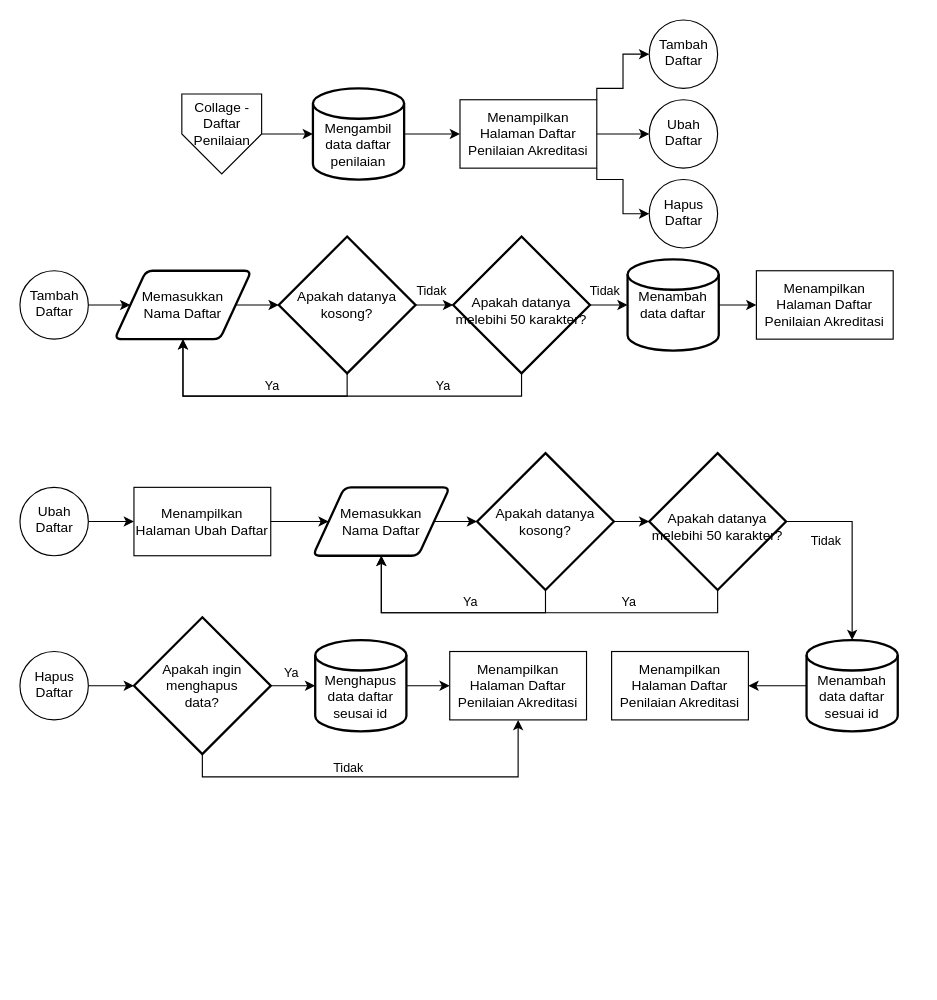
Before: page "Collage - Akreditasi - Daftar Penilaian" (6 of 7) of FilemanagerLPMI.drawio in muhfajarm/laravel-file-manager, a draw.io diagram. Source tidied: cells renumbered, new cells numbered last; positions are measured from the earlier drawing's top-left corner, leaving out a move shared by most shapes. Both pictures are drawn from the tidied source at 114%, with x=0, y=0 at pixel (19, 19).
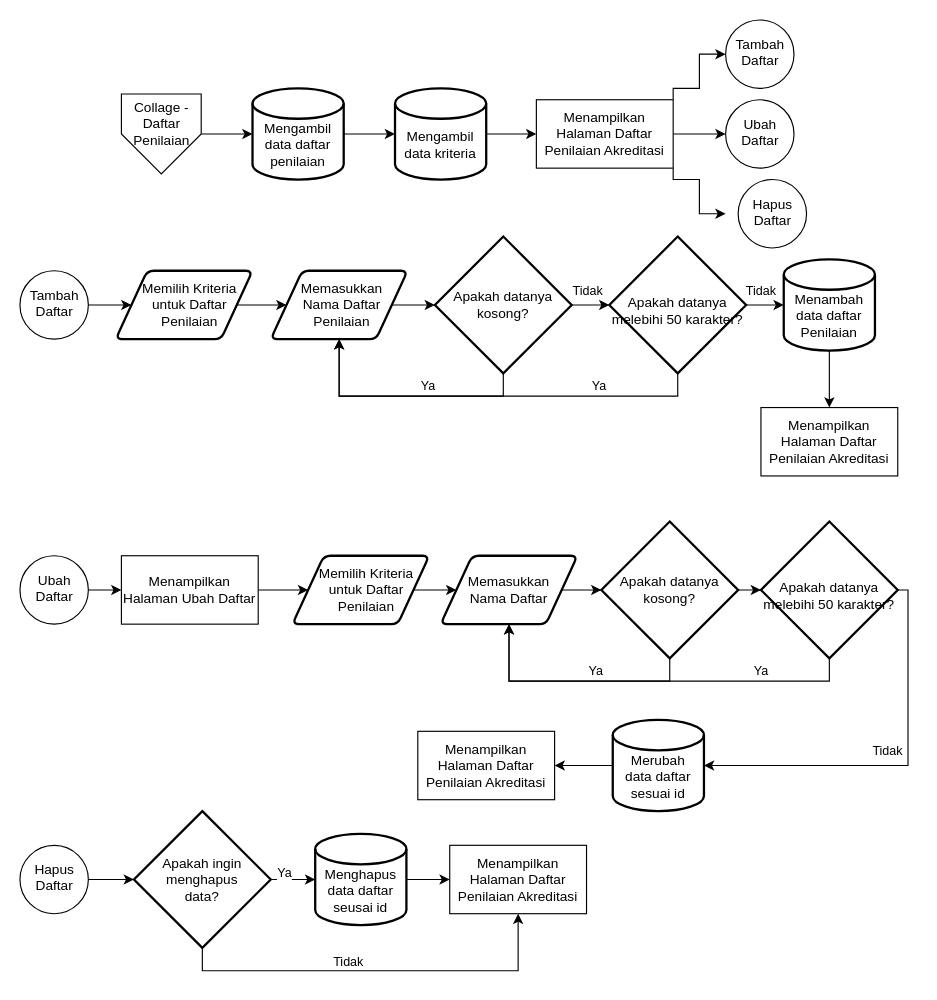
The same page after the edit.

Commit message:
Merubah flow Daftar Penilaian & Menambahkan Collage - Akreditasi - Berkas

Unchanged cells that the change refers to:
```xml
<mxCell id="14" value="&lt;div&gt;Tambah&lt;/div&gt;&lt;div&gt;Daftar&lt;br&gt;&lt;/div&gt;" style="verticalLabelPosition=bottom;verticalAlign=top;html=1;shape=mxgraph.flowchart.on-page_reference;rounded=0;spacing=-50;" parent="1" vertex="1">
  <mxGeometry y="220" width="60" height="60" as="geometry" />
</mxCell>
<mxCell id="45" style="edgeStyle=orthogonalEdgeStyle;rounded=0;jettySize=auto;html=1;exitX=0.5;exitY=1;exitDx=0;exitDy=0;exitPerimeter=0;entryX=0.5;entryY=1;entryDx=0;entryDy=0;" parent="1" edge="1" source="47" target="28">
  <mxGeometry relative="1" as="geometry" />
</mxCell>
<mxCell id="50" style="edgeStyle=orthogonalEdgeStyle;rounded=0;jettySize=auto;html=1;" parent="1" edge="1" source="54" target="56">
  <mxGeometry relative="1" as="geometry" />
</mxCell>
```

Change to the diagram source:
```diff
@@
     <mxCell id="3" style="edgeStyle=orthogonalEdgeStyle;rounded=0;jettySize=auto;html=1;exitX=1;exitY=0;exitDx=0;exitDy=0;entryX=0;entryY=0.5;entryDx=0;entryDy=0;entryPerimeter=0;" parent="1" edge="1" source="6" target="9">
       <mxGeometry relative="1" as="geometry">
         <Array as="points">
-          <mxPoint x="506" y="60" />
-          <mxPoint x="529" y="60" />
-          <mxPoint x="529" y="30" />
+          <mxPoint x="573" y="60" />
+          <mxPoint x="596" y="60" />
+          <mxPoint x="596" y="30" />
         </Array>
       </mxGeometry>
     </mxCell>
@@
-    <mxCell id="5" style="edgeStyle=orthogonalEdgeStyle;rounded=0;jettySize=auto;html=1;exitX=1;exitY=1;exitDx=0;exitDy=0;entryX=0;entryY=0.5;entryDx=0;entryDy=0;entryPerimeter=0;" parent="1" edge="1" source="6" target="12">
+    <mxCell id="5" style="edgeStyle=orthogonalEdgeStyle;rounded=0;jettySize=auto;html=1;exitX=1;exitY=1;exitDx=0;exitDy=0;entryX=0;entryY=0.5;entryDx=0;entryDy=0;entryPerimeter=0;" parent="1" edge="1" source="6">
       <mxGeometry relative="1" as="geometry">
+        <mxPoint x="619" y="170" as="targetPoint" />
         <Array as="points">
-          <mxPoint x="506" y="140" />
-          <mxPoint x="529" y="140" />
-          <mxPoint x="529" y="170" />
+          <mxPoint x="573" y="140" />
+          <mxPoint x="596" y="140" />
+          <mxPoint x="596" y="170" />
         </Array>
       </mxGeometry>
     </mxCell>
     <mxCell id="6" value="Menampilkan Halaman Daftar Penilaian Akreditasi" style="rounded=0;whiteSpace=wrap;html=1;" parent="1" vertex="1">
-      <mxGeometry x="386" y="70" width="120" height="60" as="geometry" />
+      <mxGeometry x="453" y="70" width="120" height="60" as="geometry" />
     </mxCell>
-    <mxCell id="7" style="edgeStyle=orthogonalEdgeStyle;rounded=0;jettySize=auto;html=1;" parent="1" edge="1" source="8" target="6">
+    <mxCell id="7" style="edgeStyle=orthogonalEdgeStyle;rounded=0;jettySize=auto;html=1;entryX=0;entryY=0.5;entryDx=0;entryDy=0;entryPerimeter=0;" parent="1" edge="1" source="8" target="59">
       <mxGeometry relative="1" as="geometry" />
     </mxCell>
     <mxCell id="8" value="&lt;div&gt;Mengambil data daftar&lt;/div&gt;&lt;div&gt;penilaian&lt;br&gt;&lt;/div&gt;" style="strokeWidth=2;html=1;shape=mxgraph.flowchart.database;whiteSpace=wrap;rounded=0;spacingTop=20;" parent="1" vertex="1">
-      <mxGeometry x="257" y="60" width="80" height="80" as="geometry" />
+      <mxGeometry x="204" y="60" width="80" height="80" as="geometry" />
     </mxCell>
     <mxCell id="9" value="&lt;div&gt;Tambah&lt;/div&gt;&lt;div&gt;Daftar&lt;br&gt;&lt;/div&gt;" style="verticalLabelPosition=bottom;verticalAlign=top;html=1;shape=mxgraph.flowchart.on-page_reference;rounded=0;spacing=-50;" parent="1" vertex="1">
-      <mxGeometry x="552" width="60" height="60" as="geometry" />
+      <mxGeometry x="619" width="60" height="60" as="geometry" />
     </mxCell>
     <mxCell id="10" value="&lt;div&gt;Collage -&lt;/div&gt;&lt;div&gt;Daftar&lt;/div&gt;&lt;div&gt;Penilaian&lt;br&gt;&lt;/div&gt;" style="verticalLabelPosition=bottom;verticalAlign=top;html=1;shape=offPageConnector;rounded=0;size=0.5;spacing=-70;" parent="1" vertex="1">
-      <mxGeometry x="142" y="65" width="70" height="70" as="geometry" />
+      <mxGeometry x="89" y="65" width="70" height="70" as="geometry" />
     </mxCell>
     <mxCell id="11" value="&lt;div&gt;Ubah&lt;/div&gt;&lt;div&gt;Daftar&lt;br&gt;&lt;/div&gt;" style="verticalLabelPosition=bottom;verticalAlign=top;html=1;shape=mxgraph.flowchart.on-page_reference;rounded=0;spacing=-50;" parent="1" vertex="1">
-      <mxGeometry x="552" y="70" width="60" height="60" as="geometry" />
+      <mxGeometry x="619" y="70" width="60" height="60" as="geometry" />
     </mxCell>
     <mxCell id="12" value="&lt;div&gt;Hapus&lt;/div&gt;&lt;div&gt;Daftar&lt;br&gt;&lt;/div&gt;" style="verticalLabelPosition=bottom;verticalAlign=top;html=1;shape=mxgraph.flowchart.on-page_reference;rounded=0;spacing=-50;" parent="1" vertex="1">
-      <mxGeometry x="552" y="140" width="60" height="60" as="geometry" />
+      <mxGeometry x="630" y="140" width="60" height="60" as="geometry" />
     </mxCell>
-    <mxCell id="13" style="edgeStyle=orthogonalEdgeStyle;rounded=0;jettySize=auto;html=1;" parent="1" edge="1" source="14" target="16">
+    <mxCell id="13" style="edgeStyle=orthogonalEdgeStyle;rounded=0;jettySize=auto;html=1;entryX=0;entryY=0.5;entryDx=0;entryDy=0;" parent="1" edge="1" source="14" target="61">
       <mxGeometry relative="1" as="geometry" />
     </mxCell>
@@
-    <mxCell id="16" value="&lt;div&gt;Memasukkan&lt;/div&gt;&lt;div&gt;Nama Daftar&lt;br&gt;&lt;/div&gt;" style="shape=parallelogram;html=1;strokeWidth=2;perimeter=parallelogramPerimeter;whiteSpace=wrap;rounded=1;arcSize=12;size=0.23;align=center;spacingLeft=0;" parent="1" vertex="1">
-      <mxGeometry x="83" y="220" width="120" height="60" as="geometry" />
+    <mxCell id="16" value="&lt;div&gt;Memasukkan&lt;/div&gt;&lt;div&gt;Nama Daftar&lt;/div&gt;&lt;div&gt;Penilaian&lt;br&gt;&lt;/div&gt;" style="shape=parallelogram;html=1;strokeWidth=2;perimeter=parallelogramPerimeter;whiteSpace=wrap;rounded=1;arcSize=12;size=0.23;align=center;spacingLeft=5;" parent="1" vertex="1">
+      <mxGeometry x="220" y="220" width="120" height="60" as="geometry" />
     </mxCell>
@@
     <mxCell id="21" value="&lt;div&gt;Apakah datanya&lt;/div&gt;&lt;div&gt;kosong?&lt;br&gt;&lt;/div&gt;" style="strokeWidth=2;html=1;shape=mxgraph.flowchart.decision;whiteSpace=wrap;" parent="1" vertex="1">
-      <mxGeometry x="227" y="190" width="120" height="120" as="geometry" />
+      <mxGeometry x="364" y="190" width="120" height="120" as="geometry" />
     </mxCell>
@@
-    <mxCell id="23" value="&lt;div&gt;Menambah&lt;/div&gt;&lt;div&gt;data daftar&lt;br&gt;&lt;/div&gt;" style="strokeWidth=2;html=1;shape=mxgraph.flowchart.database;whiteSpace=wrap;rounded=0;" parent="1" vertex="1">
-      <mxGeometry x="533" y="210" width="80" height="80" as="geometry" />
+    <mxCell id="23" value="&lt;div&gt;Menambah&lt;/div&gt;&lt;div&gt;data daftar&lt;/div&gt;&lt;div&gt;Penilaian&lt;br&gt;&lt;/div&gt;" style="strokeWidth=2;html=1;shape=mxgraph.flowchart.database;whiteSpace=wrap;rounded=0;spacingTop=20;" parent="1" vertex="1">
+      <mxGeometry x="670" y="210" width="80" height="80" as="geometry" />
     </mxCell>
     <mxCell id="24" value="Menampilkan Halaman Daftar Penilaian Akreditasi" style="rounded=0;whiteSpace=wrap;html=1;" parent="1" vertex="1">
-      <mxGeometry x="646" y="220" width="120" height="60" as="geometry" />
+      <mxGeometry x="650" y="340" width="120" height="60" as="geometry" />
     </mxCell>
@@
     <mxCell id="26" value="&lt;div&gt;Ubah&lt;/div&gt;&lt;div&gt;Daftar&lt;br&gt;&lt;/div&gt;" style="verticalLabelPosition=bottom;verticalAlign=top;html=1;shape=mxgraph.flowchart.on-page_reference;rounded=0;spacing=-50;" parent="1" vertex="1">
-      <mxGeometry y="410" width="60" height="60" as="geometry" />
+      <mxGeometry y="470" width="60" height="60" as="geometry" />
     </mxCell>
@@
     <mxCell id="28" value="&lt;div&gt;Memasukkan&lt;/div&gt;&lt;div&gt;Nama Daftar&lt;br&gt;&lt;/div&gt;" style="shape=parallelogram;html=1;strokeWidth=2;perimeter=parallelogramPerimeter;whiteSpace=wrap;rounded=1;arcSize=12;size=0.23;align=center;spacingLeft=0;" parent="1" vertex="1">
-      <mxGeometry x="257" y="410" width="120" height="60" as="geometry" />
+      <mxGeometry x="369" y="470" width="120" height="60" as="geometry" />
     </mxCell>
-    <mxCell id="29" style="edgeStyle=orthogonalEdgeStyle;rounded=0;jettySize=auto;html=1;exitX=1;exitY=0.5;exitDx=0;exitDy=0;exitPerimeter=0;" parent="1" edge="1" source="47" target="36">
-      <mxGeometry relative="1" as="geometry" />
-    </mxCell>
-    <mxCell id="30" value="Tidak" style="edgeLabel;html=1;align=center;verticalAlign=middle;" parent="29" vertex="1">
-      <mxGeometry x="-0.82" relative="1" as="geometry">
-        <mxPoint x="19" y="16" as="offset" />
-      </mxGeometry>
-    </mxCell>
@@
     <mxCell id="34" value="&lt;div&gt;Apakah datanya&lt;/div&gt;&lt;div&gt;kosong?&lt;br&gt;&lt;/div&gt;" style="strokeWidth=2;html=1;shape=mxgraph.flowchart.decision;whiteSpace=wrap;" parent="1" vertex="1">
-      <mxGeometry x="401" y="380" width="120" height="120" as="geometry" />
+      <mxGeometry x="510" y="440" width="120" height="120" as="geometry" />
     </mxCell>
@@
-    <mxCell id="36" value="&lt;div&gt;Menambah&lt;/div&gt;&lt;div&gt;data daftar sesuai id&lt;br&gt;&lt;/div&gt;" style="strokeWidth=2;html=1;shape=mxgraph.flowchart.database;whiteSpace=wrap;rounded=0;spacingTop=20;" parent="1" vertex="1">
-      <mxGeometry x="690" y="544" width="80" height="80" as="geometry" />
+    <mxCell id="36" value="&lt;div&gt;Merubah&lt;/div&gt;&lt;div&gt;data daftar sesuai id&lt;br&gt;&lt;/div&gt;" style="strokeWidth=2;html=1;shape=mxgraph.flowchart.database;whiteSpace=wrap;rounded=0;spacingTop=20;" parent="1" vertex="1">
+      <mxGeometry x="520" y="614" width="80" height="80" as="geometry" />
     </mxCell>
     <mxCell id="37" value="Menampilkan Halaman Daftar Penilaian Akreditasi" style="rounded=0;whiteSpace=wrap;html=1;" parent="1" vertex="1">
-      <mxGeometry x="519" y="554" width="120" height="60" as="geometry" />
+      <mxGeometry x="349" y="624" width="120" height="60" as="geometry" />
     </mxCell>
-    <mxCell id="38" style="edgeStyle=orthogonalEdgeStyle;rounded=0;jettySize=auto;html=1;" parent="1" edge="1" source="39" target="28">
+    <mxCell id="38" style="edgeStyle=orthogonalEdgeStyle;rounded=0;jettySize=auto;html=1;entryX=0;entryY=0.5;entryDx=0;entryDy=0;" parent="1" edge="1" source="39" target="63">
       <mxGeometry relative="1" as="geometry" />
     </mxCell>
     <mxCell id="39" value="Menampilkan Halaman Ubah Daftar" style="rounded=0;whiteSpace=wrap;html=1;" parent="1" vertex="1">
-      <mxGeometry x="100" y="410" width="120" height="60" as="geometry" />
+      <mxGeometry x="89" y="470" width="120" height="60" as="geometry" />
     </mxCell>
@@
     <mxCell id="44" value="&lt;div&gt;Apakah datanya&lt;/div&gt;&lt;div&gt;melebihi 50 karakter?&lt;br&gt;&lt;/div&gt;" style="strokeWidth=2;html=1;shape=mxgraph.flowchart.decision;whiteSpace=wrap;spacingTop=10;" parent="1" vertex="1">
-      <mxGeometry x="380" y="190" width="120" height="120" as="geometry" />
+      <mxGeometry x="517" y="190" width="120" height="120" as="geometry" />
     </mxCell>
+    <mxCell id="29" style="edgeStyle=orthogonalEdgeStyle;rounded=0;jettySize=auto;html=1;exitX=1;exitY=0.5;exitDx=0;exitDy=0;exitPerimeter=0;entryX=1;entryY=0.5;entryDx=0;entryDy=0;entryPerimeter=0;" parent="1" edge="1" source="47" target="36">
+      <mxGeometry relative="1" as="geometry">
+        <Array as="points">
+          <mxPoint x="779" y="500" />
+          <mxPoint x="779" y="654" />
+        </Array>
+      </mxGeometry>
+    </mxCell>
+    <mxCell id="30" value="Tidak" style="edgeLabel;html=1;align=center;verticalAlign=middle;" parent="29" vertex="1">
+      <mxGeometry x="0.14" y="-1" relative="1" as="geometry">
+        <mxPoint x="13" y="-13" as="offset" />
+      </mxGeometry>
+    </mxCell>
@@
     <mxCell id="46" value="Ya" style="edgeLabel;html=1;align=center;verticalAlign=middle;" parent="45" vertex="1">
-      <mxGeometry x="-0.49" y="-3" relative="1" as="geometry">
-        <mxPoint x="-6" y="-7" as="offset" />
+      <mxGeometry x="-0.67" y="3" relative="1" as="geometry">
+        <mxPoint x="-23" y="-13" as="offset" />
       </mxGeometry>
     </mxCell>
     <mxCell id="47" value="&lt;div&gt;Apakah datanya&lt;/div&gt;&lt;div&gt;melebihi 50 karakter?&lt;br&gt;&lt;/div&gt;" style="strokeWidth=2;html=1;shape=mxgraph.flowchart.decision;whiteSpace=wrap;spacingTop=10;" parent="1" vertex="1">
-      <mxGeometry x="552" y="380" width="120" height="120" as="geometry" />
+      <mxGeometry x="650" y="440" width="120" height="120" as="geometry" />
     </mxCell>
@@
     <mxCell id="49" value="&lt;div&gt;Hapus&lt;/div&gt;&lt;div&gt;Daftar&lt;br&gt;&lt;/div&gt;" style="verticalLabelPosition=bottom;verticalAlign=top;html=1;shape=mxgraph.flowchart.on-page_reference;rounded=0;spacing=-50;" parent="1" vertex="1">
-      <mxGeometry y="554" width="60" height="60" as="geometry" />
+      <mxGeometry y="724" width="60" height="60" as="geometry" />
     </mxCell>
@@
     <mxCell id="51" value="Ya" style="edgeLabel;html=1;align=center;verticalAlign=middle;" parent="50" vertex="1">
       <mxGeometry x="0.28" y="-1" relative="1" as="geometry">
-        <mxPoint x="-7" y="-13" as="offset" />
+        <mxPoint x="-13" y="-8" as="offset" />
       </mxGeometry>
     </mxCell>
@@
     <mxCell id="54" value="&lt;div&gt;Apakah ingin&lt;/div&gt;&lt;div&gt;menghapus&lt;/div&gt;&lt;div&gt;data?&lt;br&gt;&lt;/div&gt;" style="strokeWidth=2;html=1;shape=mxgraph.flowchart.decision;whiteSpace=wrap;" parent="1" vertex="1">
-      <mxGeometry x="100" y="524" width="120" height="120" as="geometry" />
+      <mxGeometry x="100" y="694" width="120" height="120" as="geometry" />
     </mxCell>
@@
     <mxCell id="56" value="&lt;div&gt;Menghapus&lt;/div&gt;&lt;div&gt;data daftar&lt;/div&gt;&lt;div&gt;seusai id&lt;br&gt;&lt;/div&gt;" style="strokeWidth=2;html=1;shape=mxgraph.flowchart.database;whiteSpace=wrap;rounded=0;spacingTop=20;" parent="1" vertex="1">
-      <mxGeometry x="259" y="544" width="80" height="80" as="geometry" />
+      <mxGeometry x="259" y="714" width="80" height="80" as="geometry" />
     </mxCell>
     <mxCell id="57" value="Menampilkan Halaman Daftar Penilaian Akreditasi" style="rounded=0;whiteSpace=wrap;html=1;" parent="1" vertex="1">
-      <mxGeometry x="377" y="554" width="120" height="60" as="geometry" />
+      <mxGeometry x="377" y="724" width="120" height="60" as="geometry" />
     </mxCell>
+    <mxCell id="58" style="edgeStyle=orthogonalEdgeStyle;rounded=0;jettySize=auto;html=1;" parent="1" edge="1" source="59" target="6">
+      <mxGeometry relative="1" as="geometry" />
+    </mxCell>
+    <mxCell id="59" value="&lt;div&gt;Mengambil data kriteria&lt;br&gt;&lt;/div&gt;" style="strokeWidth=2;html=1;shape=mxgraph.flowchart.database;whiteSpace=wrap;rounded=0;spacingTop=20;" parent="1" vertex="1">
+      <mxGeometry x="329" y="60" width="80" height="80" as="geometry" />
+    </mxCell>
+    <mxCell id="60" style="edgeStyle=orthogonalEdgeStyle;rounded=0;jettySize=auto;html=1;" parent="1" edge="1" source="61" target="16">
+      <mxGeometry relative="1" as="geometry" />
+    </mxCell>
+    <mxCell id="61" value="&lt;div&gt;Memilih Kriteria&lt;/div&gt;&lt;div&gt;untuk Daftar&lt;/div&gt;&lt;div&gt;Penilaian&lt;br&gt;&lt;/div&gt;" style="shape=parallelogram;html=1;strokeWidth=2;perimeter=parallelogramPerimeter;whiteSpace=wrap;rounded=1;arcSize=12;size=0.23;align=center;spacingLeft=10;" parent="1" vertex="1">
+      <mxGeometry x="84" y="220" width="120" height="60" as="geometry" />
+    </mxCell>
+    <mxCell id="62" style="edgeStyle=orthogonalEdgeStyle;rounded=0;jettySize=auto;html=1;" parent="1" edge="1" source="63" target="28">
+      <mxGeometry relative="1" as="geometry" />
+    </mxCell>
+    <mxCell id="63" value="&lt;div&gt;Memilih Kriteria&lt;/div&gt;&lt;div&gt;untuk Daftar&lt;/div&gt;&lt;div&gt;Penilaian&lt;br&gt;&lt;/div&gt;" style="shape=parallelogram;html=1;strokeWidth=2;perimeter=parallelogramPerimeter;whiteSpace=wrap;rounded=1;arcSize=12;size=0.23;align=center;spacingLeft=10;" parent="1" vertex="1">
+      <mxGeometry x="239" y="470" width="120" height="60" as="geometry" />
+    </mxCell>
```
